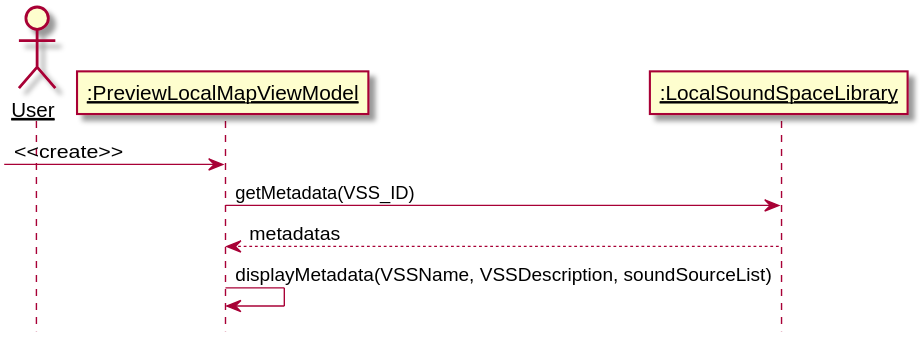
Above: 设计/Diagrams/PreviewLocalMapVSS.svg in kpp19920121/doc (PlantUML), before the change.
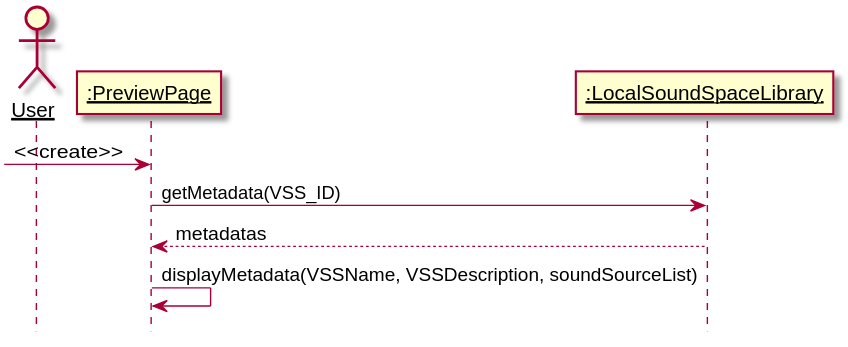
Later version of the same file.

What changed in the source:
```diff
@@ -2,7 +2,7 @@
 hide footbox
 skinparam sequenceParticipant underline
 actor User as user
-participant ":PreviewLocalMapViewModel" as viewModel
+participant ":PreviewPage" as viewModel
 participant ":LocalSoundSpaceLibrary" as library
 create viewModel
 [-> viewModel: <<create>>
```
